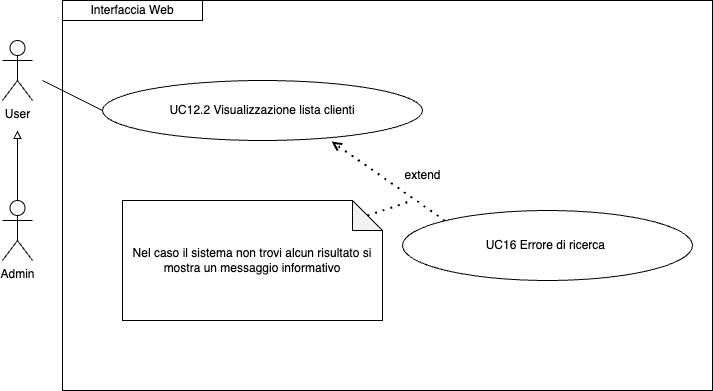
Earlier version of the draw.io export imgs/Uml/UC12.2.png (ShameIRL/farmacode). Source tidied: cells renumbered, new cells last; positions are measured from the earlier drawing's top-left corner, leaving out a move shared by most shapes.
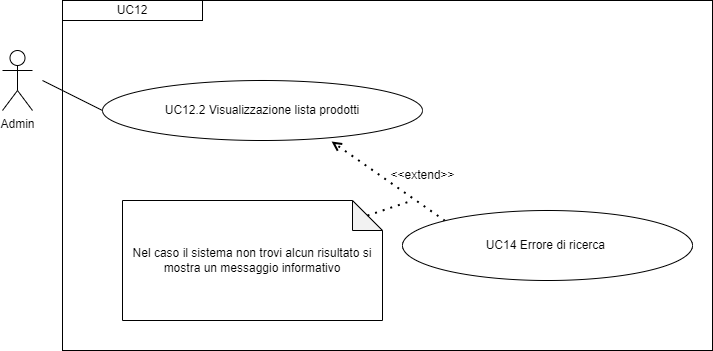
Above is the later version.

What changed in the source:
```diff
@@ -2,26 +2,15 @@
   <root>
     <mxCell id="0" />
     <mxCell id="1" parent="0" />
-    <mxCell id="2" style="edgeStyle=orthogonalEdgeStyle;rounded=0;jettySize=auto;html=1;exitX=0.5;exitY=0;exitDx=0;exitDy=0;exitPerimeter=0;endArrow=block;endFill=0;" parent="1" edge="1" source="3">
-      <mxGeometry relative="1" as="geometry">
-        <mxPoint x="15" y="130" as="targetPoint" />
-      </mxGeometry>
-    </mxCell>
-    <mxCell id="3" value="Admin" style="shape=umlActor;verticalLabelPosition=bottom;verticalAlign=top;html=1;outlineConnect=0;" parent="1" vertex="1">
-      <mxGeometry y="200" width="30" height="60" as="geometry" />
-    </mxCell>
-    <mxCell id="4" value="UC12.2 Visualizzazione lista clienti" style="ellipse;whiteSpace=wrap;html=1;" parent="1" vertex="1">
+    <mxCell id="4" value="&lt;div&gt;UC12.2 Visualizzazione lista prodotti&lt;/div&gt;" style="ellipse;whiteSpace=wrap;html=1;" parent="1" vertex="1">
       <mxGeometry x="100" y="80" width="320" height="60" as="geometry" />
     </mxCell>
-    <mxCell id="5" value="User" style="shape=umlActor;verticalLabelPosition=bottom;verticalAlign=top;html=1;" parent="1" vertex="1">
-      <mxGeometry y="40" width="30" height="60" as="geometry" />
-    </mxCell>
     <mxCell id="6" style="endArrow=none;html=1;rounded=0;entryX=0;entryY=0.5;entryDx=0;entryDy=0;" parent="1" edge="1" target="4">
       <mxGeometry relative="1" as="geometry">
         <mxPoint x="40" y="80" as="sourcePoint" />
       </mxGeometry>
     </mxCell>
-    <mxCell id="7" value="Interfaccia Web" style="rounded=0;whiteSpace=wrap;html=1;" parent="1" vertex="1">
+    <mxCell id="7" value="&lt;div&gt;UC12&lt;/div&gt;" style="rounded=0;whiteSpace=wrap;html=1;" parent="1" vertex="1">
       <mxGeometry x="60" width="140" height="20" as="geometry" />
     </mxCell>
     <mxCell id="8" value="Nel caso il sistema non trovi alcun risultato si mostra un messaggio informativo" style="shape=note;whiteSpace=wrap;html=1;backgroundOutline=1;darkOpacity=0.05;" parent="1" vertex="1">
@@ -30,7 +19,7 @@
     <mxCell id="9" style="endArrow=open;dashed=1;html=1;dashPattern=1 3;strokeWidth=2;rounded=0;entryX=0.716;entryY=1.017;entryDx=0;entryDy=0;entryPerimeter=0;exitX=0;exitY=0;exitDx=0;exitDy=0;" parent="1" edge="1" source="10" target="4">
       <mxGeometry relative="1" as="geometry" />
     </mxCell>
-    <mxCell id="10" value="UC16 Errore di ricerca&amp;nbsp;" style="ellipse;whiteSpace=wrap;html=1;" parent="1" vertex="1">
+    <mxCell id="10" value="UC14 Errore di ricerca&amp;nbsp;" style="ellipse;whiteSpace=wrap;html=1;" parent="1" vertex="1">
       <mxGeometry x="400" y="210" width="290" height="70" as="geometry" />
     </mxCell>
     <mxCell id="11" style="endArrow=none;dashed=1;html=1;dashPattern=1 3;strokeWidth=2;rounded=0;exitX=0;exitY=0;exitDx=245;exitDy=15;exitPerimeter=0;endFill=0;" parent="1" edge="1" source="8">
@@ -38,11 +27,14 @@
         <mxPoint x="410" y="200" as="targetPoint" />
       </mxGeometry>
     </mxCell>
-    <mxCell id="12" value="extend" style="text;html=1;align=center;verticalAlign=middle;strokeColor=none;fillColor=none;" parent="1" vertex="1">
-      <mxGeometry x="390" y="160" width="60" height="30" as="geometry" />
+    <mxCell id="12" value="&amp;lt;&amp;lt;extend&amp;gt;&amp;gt;" style="text;html=1;align=center;verticalAlign=middle;strokeColor=none;fillColor=none;" parent="1" vertex="1">
+      <mxGeometry x="375" y="160" width="90" height="30" as="geometry" />
     </mxCell>
-    <mxCell id="13" style="rounded=0;whiteSpace=wrap;html=1;fillColor=none;" parent="1" vertex="1">
-      <mxGeometry x="60" width="650" height="390" as="geometry" />
-    </mxCell>
+    <mxCell id="14" style="rounded=0;whiteSpace=wrap;html=1;fillColor=none;" parent="1" vertex="1">
+      <mxGeometry x="60" width="650" height="350" as="geometry" />
+    </mxCell>
+    <mxCell id="3" value="Admin" style="shape=umlActor;verticalLabelPosition=bottom;verticalAlign=top;html=1;outlineConnect=0;" parent="1" vertex="1">
+      <mxGeometry y="50" width="30" height="60" as="geometry" />
+    </mxCell>
   </root>
 </mxGraphModel>
```
